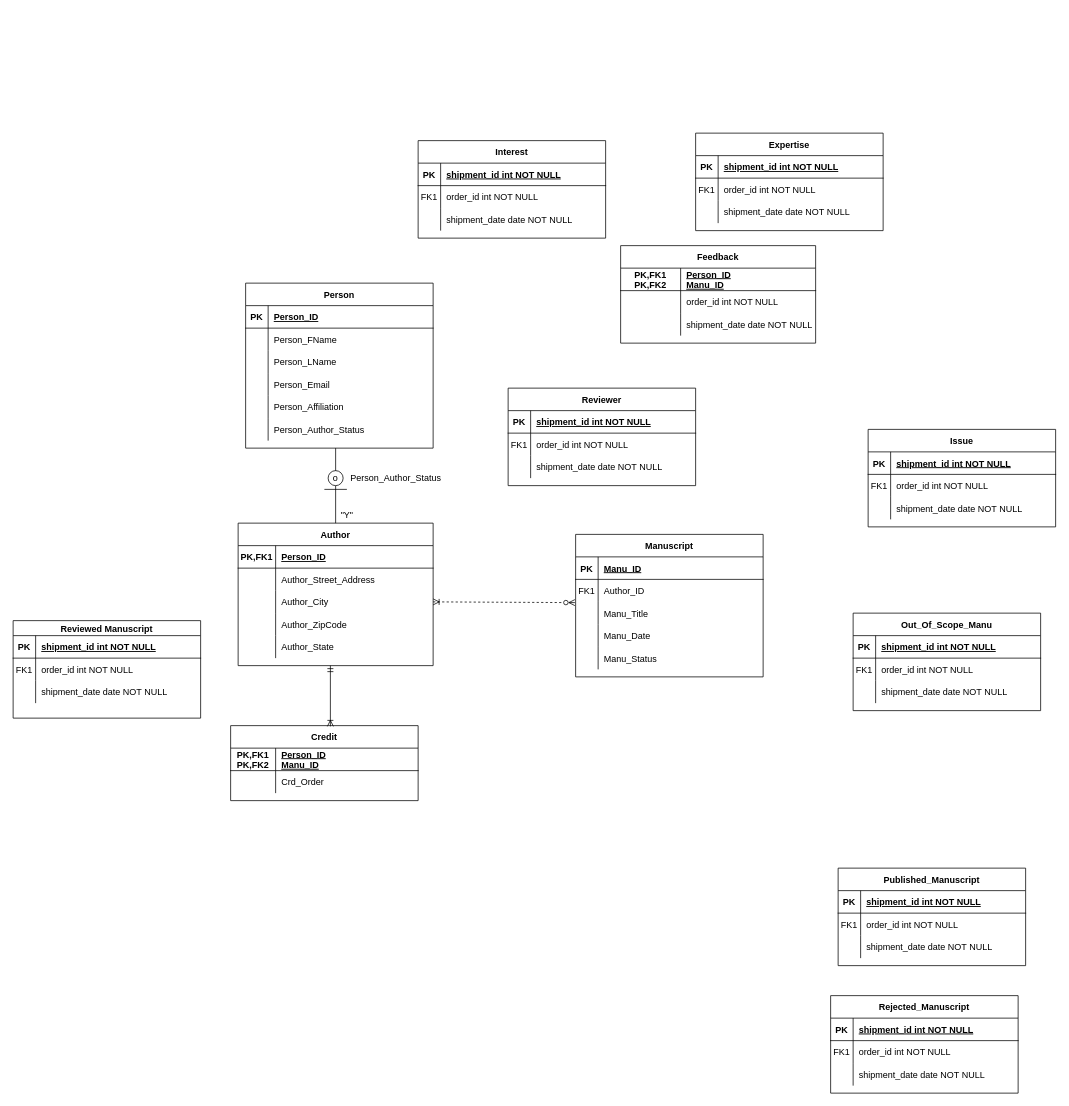
Above: Untitled Diagram.drawio in kwoehrer/DatabaseHw (draw.io), before the change. Source tidied: cells renumbered, new cells numbered last; positions are measured from the earlier drawing's top-left corner, leaving out a move shared by most shapes. Both pictures are drawn from the tidied source at 75%, with x=0, y=0 at pixel (13, 133).
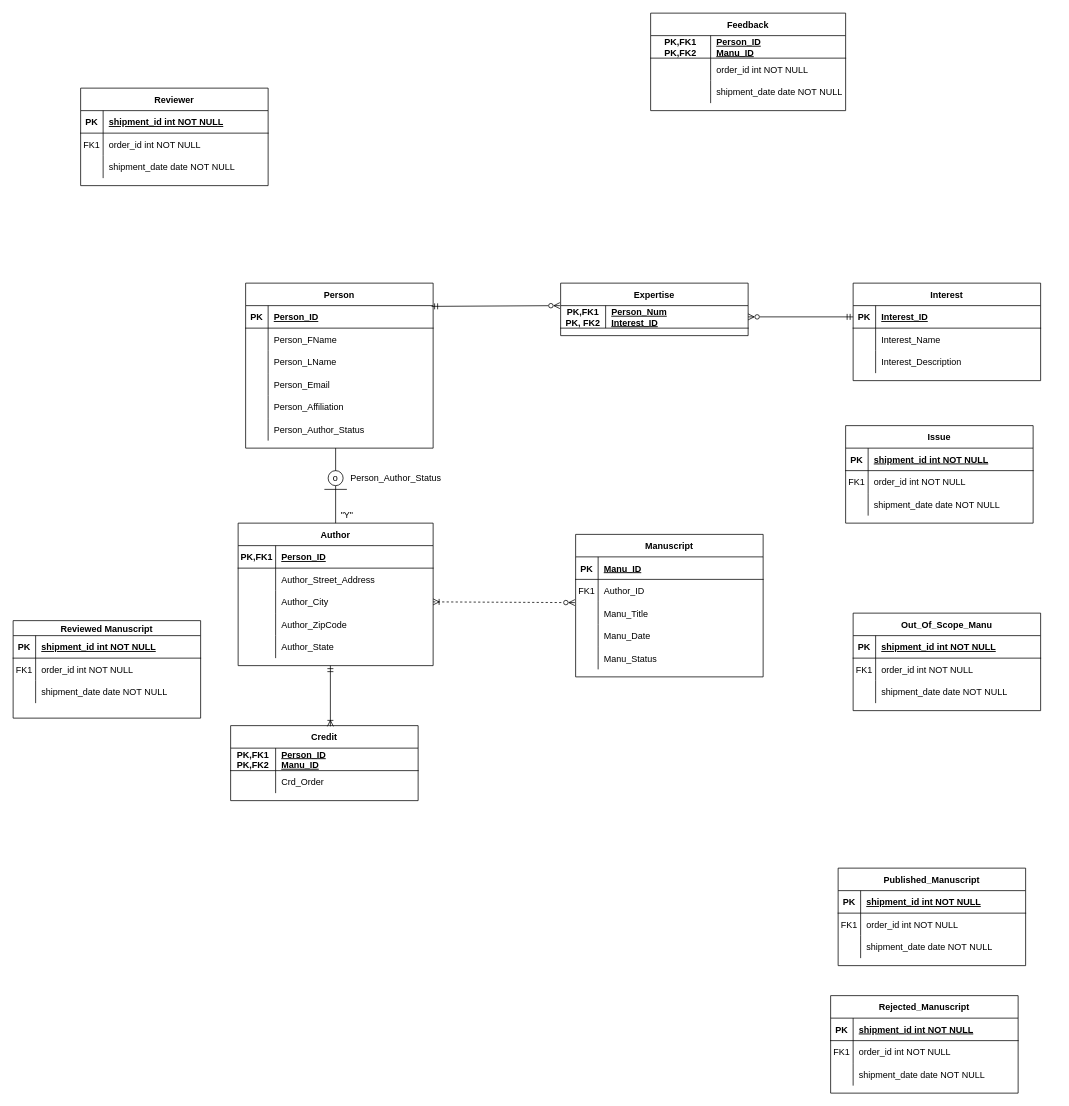
The same diagram, later.

Unchanged cells that the change refers to:
```xml
<mxCell id="19" style="shape=partialRectangle;fillColor=none;points=[[0,0.5],[1,0.5]];portConstraint=eastwest;top=0;left=0;right=0;bottom=1;" parent="18" vertex="1">
  <mxGeometry y="30" width="250" height="30" as="geometry" />
</mxCell>
<mxCell id="104" style="shape=partialRectangle;fillColor=none;points=[[0,0.5],[1,0.5]];portConstraint=eastwest;top=0;left=0;right=0;bottom=1;" parent="103" vertex="1">
  <mxGeometry y="30" width="250" height="30" as="geometry" />
</mxCell>
<mxCell id="138" style="shape=partialRectangle;fillColor=none;points=[[0,0.5],[1,0.5]];portConstraint=eastwest;top=0;left=0;right=0;bottom=1;" parent="137" vertex="1">
  <mxGeometry y="30" width="250" height="30" as="geometry" />
</mxCell>
<mxCell id="141" style="shape=partialRectangle;fillColor=none;top=0;left=0;right=0;bottom=0;" parent="137" vertex="1">
  <mxGeometry y="60" width="250" height="30" as="geometry" />
</mxCell>
<mxCell id="144" style="shape=partialRectangle;fillColor=none;top=0;left=0;right=0;bottom=0;" parent="137" vertex="1">
  <mxGeometry y="90" width="250" height="30" as="geometry" />
</mxCell>
```

Diff of the diagram source:
```diff
@@
     <mxCell id="63" value="Issue" style="shape=table;startSize=30;childLayout=tableLayout;rowLines=0;fontStyle=1;align=center;" parent="1" vertex="1">
-      <mxGeometry x="1140" y="395" width="250" height="130" as="geometry" />
+      <mxGeometry x="1110" y="390" width="250" height="130" as="geometry" />
     </mxCell>
@@
     <mxCell id="103" value="Expertise" style="shape=table;startSize=30;childLayout=tableLayout;rowLines=0;fontStyle=1;align=center;" parent="1" vertex="1">
-      <mxGeometry x="910" width="250" height="130" as="geometry" />
+      <mxGeometry x="730" y="200" width="250" height="70" as="geometry" />
     </mxCell>
@@
-    <mxCell id="105" value="PK" style="shape=partialRectangle;overflow=hidden;fillColor=none;top=0;left=0;bottom=0;right=0;fontStyle=1;" parent="104" vertex="1">
-      <mxGeometry width="30" height="30" as="geometry" />
+    <mxCell id="105" value="PK,FK1&#10;PK, FK2" style="shape=partialRectangle;overflow=hidden;fillColor=none;top=0;left=0;bottom=0;right=0;fontStyle=1;" parent="104" vertex="1">
+      <mxGeometry width="60" height="30" as="geometry" />
     </mxCell>
-    <mxCell id="106" value="shipment_id int NOT NULL " style="shape=partialRectangle;overflow=hidden;fillColor=none;top=0;left=0;bottom=0;right=0;align=left;spacingLeft=6;fontStyle=5;" parent="104" vertex="1">
-      <mxGeometry x="30" width="220" height="30" as="geometry" />
+    <mxCell id="106" value="Person_Num&#10;Interest_ID" style="shape=partialRectangle;overflow=hidden;fillColor=none;top=0;left=0;bottom=0;right=0;align=left;spacingLeft=6;fontStyle=5;" parent="104" vertex="1">
+      <mxGeometry x="60" width="190" height="30" as="geometry" />
     </mxCell>
-    <mxCell id="107" style="shape=partialRectangle;fillColor=none;top=0;left=0;right=0;bottom=0;" parent="103" vertex="1">
-      <mxGeometry y="60" width="250" height="30" as="geometry" />
-    </mxCell>
-    <mxCell id="108" value="FK1" style="shape=partialRectangle;overflow=hidden;fillColor=none;top=0;left=0;bottom=0;right=0;" parent="107" vertex="1">
-      <mxGeometry width="30" height="30" as="geometry" />
-    </mxCell>
-    <mxCell id="109" value="order_id int NOT NULL" style="shape=partialRectangle;overflow=hidden;fillColor=none;top=0;left=0;bottom=0;right=0;align=left;spacingLeft=6;" parent="107" vertex="1">
-      <mxGeometry x="30" width="220" height="30" as="geometry" />
-    </mxCell>
-    <mxCell id="110" style="shape=partialRectangle;fillColor=none;top=0;left=0;right=0;bottom=0;" parent="103" vertex="1">
-      <mxGeometry y="90" width="250" height="30" as="geometry" />
-    </mxCell>
-    <mxCell id="111" style="shape=partialRectangle;overflow=hidden;fillColor=none;top=0;left=0;bottom=0;right=0;" parent="110" vertex="1">
-      <mxGeometry width="30" height="30" as="geometry" />
-    </mxCell>
-    <mxCell id="112" value="shipment_date date NOT NULL" style="shape=partialRectangle;overflow=hidden;fillColor=none;top=0;left=0;bottom=0;right=0;align=left;spacingLeft=6;" parent="110" vertex="1">
-      <mxGeometry x="30" width="220" height="30" as="geometry" />
-    </mxCell>
@@
     <mxCell id="127" value="Feedback" style="shape=table;startSize=30;childLayout=tableLayout;rowLines=0;fontStyle=1;align=center;" parent="1" vertex="1">
-      <mxGeometry x="810" y="150" width="260" height="130" as="geometry" />
+      <mxGeometry x="850" y="-160" width="260" height="130" as="geometry" />
     </mxCell>
@@
     <mxCell id="137" value="Interest" style="shape=table;startSize=30;childLayout=tableLayout;rowLines=0;fontStyle=1;align=center;" parent="1" vertex="1">
-      <mxGeometry x="540" y="10" width="250" height="130" as="geometry" />
+      <mxGeometry x="1120" y="200" width="250" height="130" as="geometry" />
     </mxCell>
@@
-    <mxCell id="140" value="shipment_id int NOT NULL " style="shape=partialRectangle;overflow=hidden;fillColor=none;top=0;left=0;bottom=0;right=0;align=left;spacingLeft=6;fontStyle=5;" parent="138" vertex="1">
+    <mxCell id="140" value="Interest_ID" style="shape=partialRectangle;overflow=hidden;fillColor=none;top=0;left=0;bottom=0;right=0;align=left;spacingLeft=6;fontStyle=5;" parent="138" vertex="1">
       <mxGeometry x="30" width="220" height="30" as="geometry" />
     </mxCell>
@@
-    <mxCell id="142" value="FK1" style="shape=partialRectangle;overflow=hidden;fillColor=none;top=0;left=0;bottom=0;right=0;" parent="141" vertex="1">
+    <mxCell id="142" style="shape=partialRectangle;overflow=hidden;fillColor=none;top=0;left=0;bottom=0;right=0;" parent="141" vertex="1">
       <mxGeometry width="30" height="30" as="geometry" />
     </mxCell>
-    <mxCell id="143" value="order_id int NOT NULL" style="shape=partialRectangle;overflow=hidden;fillColor=none;top=0;left=0;bottom=0;right=0;align=left;spacingLeft=6;" parent="141" vertex="1">
+    <mxCell id="143" value="Interest_Name" style="shape=partialRectangle;overflow=hidden;fillColor=none;top=0;left=0;bottom=0;right=0;align=left;spacingLeft=6;" parent="141" vertex="1">
       <mxGeometry x="30" width="220" height="30" as="geometry" />
     </mxCell>
@@
-    <mxCell id="146" value="shipment_date date NOT NULL" style="shape=partialRectangle;overflow=hidden;fillColor=none;top=0;left=0;bottom=0;right=0;align=left;spacingLeft=6;" parent="144" vertex="1">
+    <mxCell id="146" value="Interest_Description" style="shape=partialRectangle;overflow=hidden;fillColor=none;top=0;left=0;bottom=0;right=0;align=left;spacingLeft=6;" parent="144" vertex="1">
       <mxGeometry x="30" width="220" height="30" as="geometry" />
     </mxCell>
     <mxCell id="147" value="Reviewer" style="shape=table;startSize=30;childLayout=tableLayout;rowLines=0;fontStyle=1;align=center;" parent="1" vertex="1">
-      <mxGeometry x="660" y="340" width="250" height="130" as="geometry" />
+      <mxGeometry x="90" y="-60" width="250" height="130" as="geometry" />
     </mxCell>
@@
+    <mxCell id="157" style="endArrow=ERzeroToMany;html=1;rounded=0;entryX=-0.004;entryY=0;entryDx=0;entryDy=0;entryPerimeter=0;exitX=0.992;exitY=0.033;exitDx=0;exitDy=0;exitPerimeter=0;startArrow=ERmandOne;startFill=0;endFill=0;" parent="1" edge="1" source="19" target="104">
+      <mxGeometry relative="1" as="geometry" />
+    </mxCell>
+    <mxCell id="158" style="endArrow=ERzeroToMany;html=1;rounded=0;entryX=1;entryY=0.5;entryDx=0;entryDy=0;exitX=0;exitY=0.5;exitDx=0;exitDy=0;startArrow=ERmandOne;startFill=0;endFill=0;" parent="1" edge="1" source="138" target="104">
+      <mxGeometry relative="1" as="geometry" />
+    </mxCell>
```
